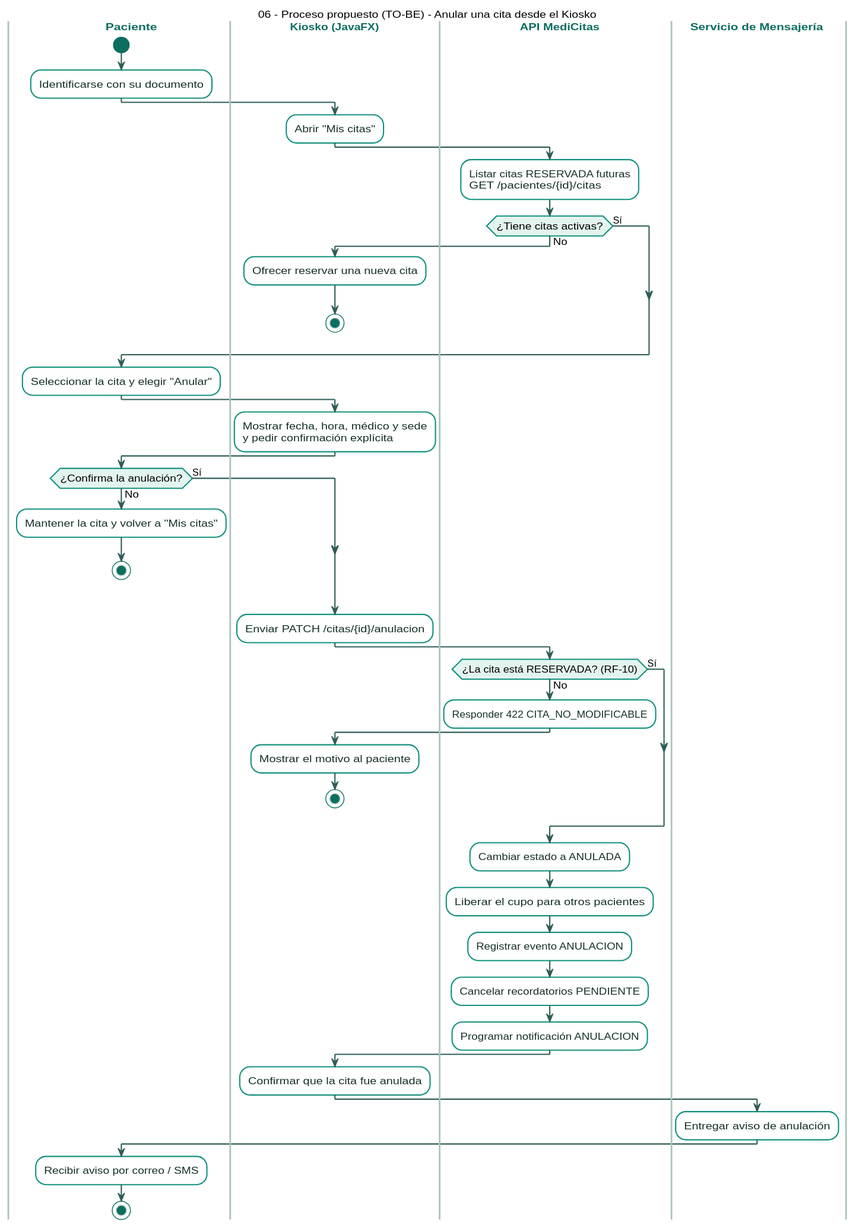
Earlier version of the PlantUML export docs/diagrams/img/06-process-cancellation.svg (Jimena-CC/ProyectoCitasMedicas). Its diagram source:
```plantuml
@startuml
title 06 - Proceso propuesto (TO-BE) - Anular una cita desde el Kiosko

skinparam shadowing false
skinparam roundCorner 10
skinparam defaultFontName "Helvetica"
skinparam defaultFontSize 12
skinparam ArrowColor #2F5D56
skinparam SwimlaneBorderColor #A9C4BD
skinparam SwimlaneTitleFontColor #0C6E5F
skinparam SwimlaneTitleFontStyle bold
skinparam activity {
  BackgroundColor #FFFFFF
  BorderColor #13917D
  FontColor #17302B
  DiamondBackgroundColor #E3F4EF
  DiamondBorderColor #13917D
  StartColor #0C6E5F
  EndColor #0C6E5F
}
skinparam note {
  BackgroundColor #FFF8E6
  BorderColor #D9B45A
  FontColor #3D3321
}

|Paciente|
|Kiosko (JavaFX)|
|API MediCitas|
|Servicio de Mensajería|

|Paciente|
start
:Identificarse con su documento;

|Kiosko (JavaFX)|
:Abrir "Mis citas";

|API MediCitas|
:Listar citas RESERVADA futuras
GET /pacientes/{id}/citas;

if (¿Tiene citas activas?) then (No)
  |Kiosko (JavaFX)|
  :Ofrecer reservar una nueva cita;
  stop
else (Sí)
endif

|Paciente|
:Seleccionar la cita y elegir "Anular";

|Kiosko (JavaFX)|
:Mostrar fecha, hora, médico y sede
y pedir confirmación explícita;

|Paciente|
if (¿Confirma la anulación?) then (No)
  :Mantener la cita y volver a "Mis citas";
  stop
else (Sí)
endif

|Kiosko (JavaFX)|
:Enviar PATCH /citas/{id}/anulacion;

|API MediCitas|
if (¿La cita está RESERVADA? (RF-10)) then (No)
  :Responder 422 CITA_NO_MODIFICABLE;
  |Kiosko (JavaFX)|
  :Mostrar el motivo al paciente;
  stop
else (Sí)
endif

|API MediCitas|
:Cambiar estado a ANULADA;
:Liberar el cupo para otros pacientes;
:Registrar evento ANULACION;
:Cancelar recordatorios PENDIENTE;
:Programar notificación ANULACION;

|Kiosko (JavaFX)|
:Confirmar que la cita fue anulada;

|Servicio de Mensajería|
:Entregar aviso de anulación;

|Paciente|
:Recibir aviso por correo / SMS;
stop

@enduml
```
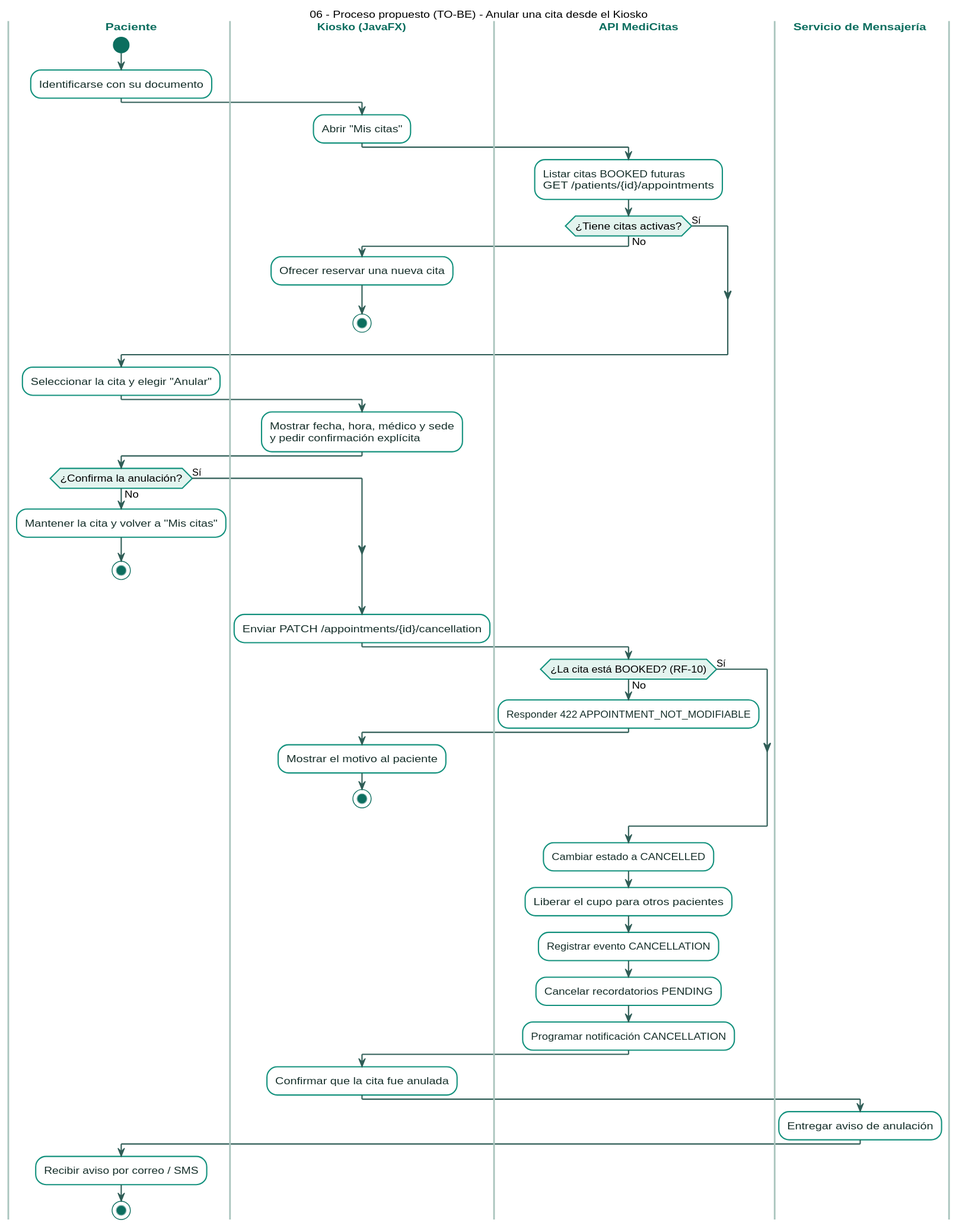
After the change.

Change to the diagram source:
```diff
@@ -37,8 +37,8 @@
 :Abrir "Mis citas";
 
 |API MediCitas|
-:Listar citas RESERVADA futuras
-GET /pacientes/{id}/citas;
+:Listar citas BOOKED futuras
+GET /patients/{id}/appointments;
 
 if (¿Tiene citas activas?) then (No)
   |Kiosko (JavaFX)|
@@ -62,11 +62,11 @@
 endif
 
 |Kiosko (JavaFX)|
-:Enviar PATCH /citas/{id}/anulacion;
+:Enviar PATCH /appointments/{id}/cancellation;
 
 |API MediCitas|
-if (¿La cita está RESERVADA? (RF-10)) then (No)
-  :Responder 422 CITA_NO_MODIFICABLE;
+if (¿La cita está BOOKED? (RF-10)) then (No)
+  :Responder 422 APPOINTMENT_NOT_MODIFIABLE;
   |Kiosko (JavaFX)|
   :Mostrar el motivo al paciente;
   stop
@@ -74,11 +74,11 @@
 endif
 
 |API MediCitas|
-:Cambiar estado a ANULADA;
+:Cambiar estado a CANCELLED;
 :Liberar el cupo para otros pacientes;
-:Registrar evento ANULACION;
-:Cancelar recordatorios PENDIENTE;
-:Programar notificación ANULACION;
+:Registrar evento CANCELLATION;
+:Cancelar recordatorios PENDING;
+:Programar notificación CANCELLATION;
 
 |Kiosko (JavaFX)|
 :Confirmar que la cita fue anulada;
```
